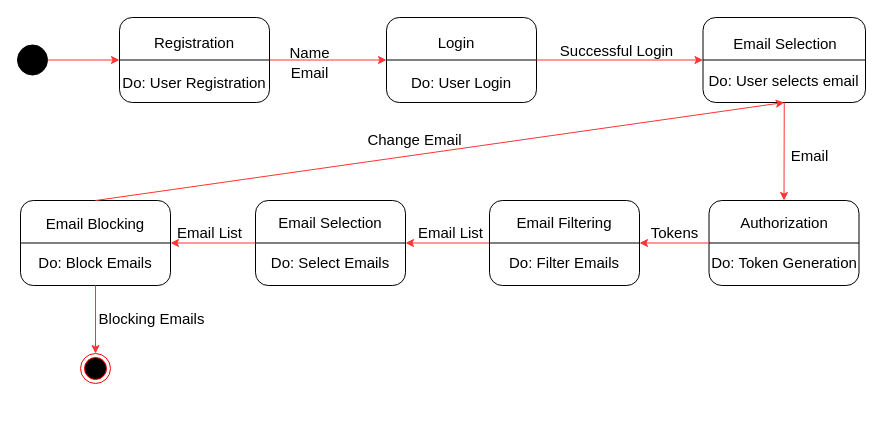
Yash7200/CP-3 keeps this draw.io diagram as State Diagram.drawio. Above is the earlier version. Source tidied: cells renumbered, new cells numbered last; positions are measured from the earlier drawing's top-left corner, leaving out a move shared by most shapes. Both pictures are drawn from the tidied source at 100%, with x=0, y=0 at pixel (17, 17).
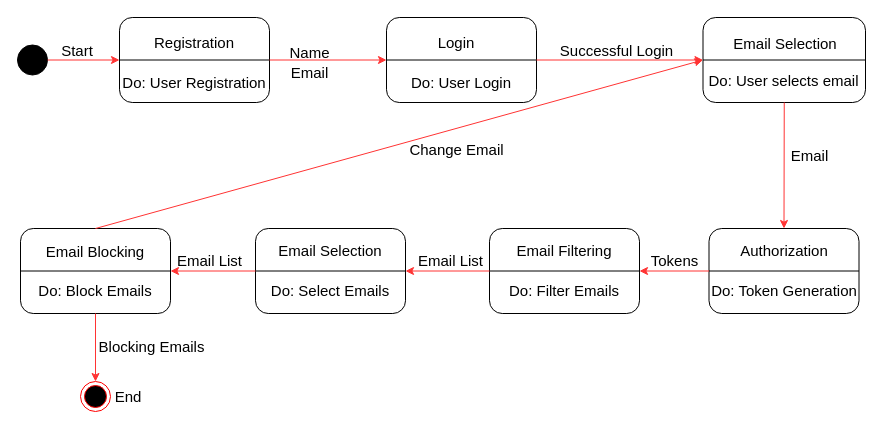
Above is the later version.

Unchanged cells that the change refers to:
```xml
<mxCell id="15" style="rounded=1;whiteSpace=wrap;html=1;fontSize=15;fontColor=#000000;verticalAlign=top;" parent="1" vertex="1">
  <mxGeometry x="685.5" width="162.5" height="85" as="geometry" />
</mxCell>
<mxCell id="43" style="rounded=1;whiteSpace=wrap;html=1;fontSize=15;fontColor=#000000;verticalAlign=top;" parent="42" vertex="1">
  <mxGeometry width="150" height="85" as="geometry" />
</mxCell>
```

What changed in the source:
```diff
@@
     <mxCell id="22" style="group;fontSize=15;" parent="1" vertex="1">
-      <mxGeometry x="691.5" y="183" width="150" height="85" as="geometry" />
+      <mxGeometry x="691.5" y="211" width="150" height="85" as="geometry" />
     </mxCell>
@@
     <mxCell id="29" style="group;fontSize=15;" parent="1" vertex="1">
-      <mxGeometry x="472" y="183" width="150" height="85" as="geometry" />
+      <mxGeometry x="472" y="211" width="150" height="85" as="geometry" />
     </mxCell>
@@
     <mxCell id="34" value="Tokens" style="text;html=1;align=center;verticalAlign=middle;strokeColor=none;fillColor=none;fontSize=15;fontColor=#000000;" parent="1" vertex="1">
-      <mxGeometry x="622" y="200" width="70" height="30" as="geometry" />
+      <mxGeometry x="622" y="228" width="70" height="30" as="geometry" />
     </mxCell>
@@
     <mxCell id="36" style="group;fontSize=15;" parent="1" vertex="1">
-      <mxGeometry x="238" y="183" width="150" height="85" as="geometry" />
+      <mxGeometry x="238" y="211" width="150" height="85" as="geometry" />
     </mxCell>
@@
     <mxCell id="41" value="Email List" style="text;html=1;align=center;verticalAlign=middle;strokeColor=none;fillColor=none;fontSize=15;fontColor=#000000;" parent="1" vertex="1">
-      <mxGeometry x="388" y="200" width="90" height="30" as="geometry" />
+      <mxGeometry x="388" y="228" width="90" height="30" as="geometry" />
     </mxCell>
     <mxCell id="42" style="group;fontSize=15;" parent="1" vertex="1">
-      <mxGeometry x="3" y="183" width="150" height="85" as="geometry" />
+      <mxGeometry x="3" y="211" width="150" height="85" as="geometry" />
     </mxCell>
@@
     <mxCell id="48" value="Email List" style="text;html=1;align=center;verticalAlign=middle;strokeColor=none;fillColor=none;fontSize=15;fontColor=#000000;" parent="1" vertex="1">
-      <mxGeometry x="147" y="200" width="90" height="30" as="geometry" />
+      <mxGeometry x="147" y="228" width="90" height="30" as="geometry" />
     </mxCell>
     <mxCell id="49" value="Change Email" style="text;html=1;align=center;verticalAlign=middle;strokeColor=none;fillColor=none;fontSize=15;fontColor=#000000;" parent="1" vertex="1">
-      <mxGeometry x="337" y="107" width="120" height="30" as="geometry" />
+      <mxGeometry x="379" y="117" width="120" height="30" as="geometry" />
     </mxCell>
     <mxCell id="50" style="ellipse;html=1;shape=endState;fillColor=#000000;strokeColor=#ff0000;fontSize=12;fontColor=#000000;" parent="1" vertex="1">
-      <mxGeometry x="63" y="336" width="30" height="30" as="geometry" />
+      <mxGeometry x="63" y="364" width="30" height="30" as="geometry" />
     </mxCell>
@@
     <mxCell id="52" value="Blocking Emails" style="text;html=1;align=center;verticalAlign=middle;strokeColor=none;fillColor=none;fontSize=15;fontColor=#000000;" parent="1" vertex="1">
-      <mxGeometry x="69" y="286" width="130" height="30" as="geometry" />
+      <mxGeometry x="69" y="314" width="130" height="30" as="geometry" />
     </mxCell>
-    <mxCell id="53" style="endArrow=classic;html=1;rounded=0;entryX=0.5;entryY=1;entryDx=0;entryDy=0;strokeColor=#FF3333;fontSize=15;exitX=0.5;exitY=0;exitDx=0;exitDy=0;" parent="1" edge="1" source="43" target="15">
+    <mxCell id="53" style="endArrow=classic;html=1;rounded=0;entryX=0;entryY=0.5;entryDx=0;entryDy=0;strokeColor=#FF3333;fontSize=15;exitX=0.5;exitY=0;exitDx=0;exitDy=0;" parent="1" edge="1" source="43" target="15">
       <mxGeometry relative="1" as="geometry" />
     </mxCell>
+    <mxCell id="54" value="&lt;font style=&quot;font-size: 15px;&quot;&gt;Start&lt;/font&gt;" style="text;html=1;strokeColor=none;fillColor=none;align=center;verticalAlign=middle;whiteSpace=wrap;rounded=0;" parent="1" vertex="1">
+      <mxGeometry x="30" y="18" width="60" height="30" as="geometry" />
+    </mxCell>
+    <mxCell id="55" value="&lt;font style=&quot;font-size: 15px;&quot;&gt;End&lt;/font&gt;" style="text;html=1;strokeColor=none;fillColor=none;align=center;verticalAlign=middle;whiteSpace=wrap;rounded=0;" parent="1" vertex="1">
+      <mxGeometry x="81" y="364" width="60" height="30" as="geometry" />
+    </mxCell>
```
